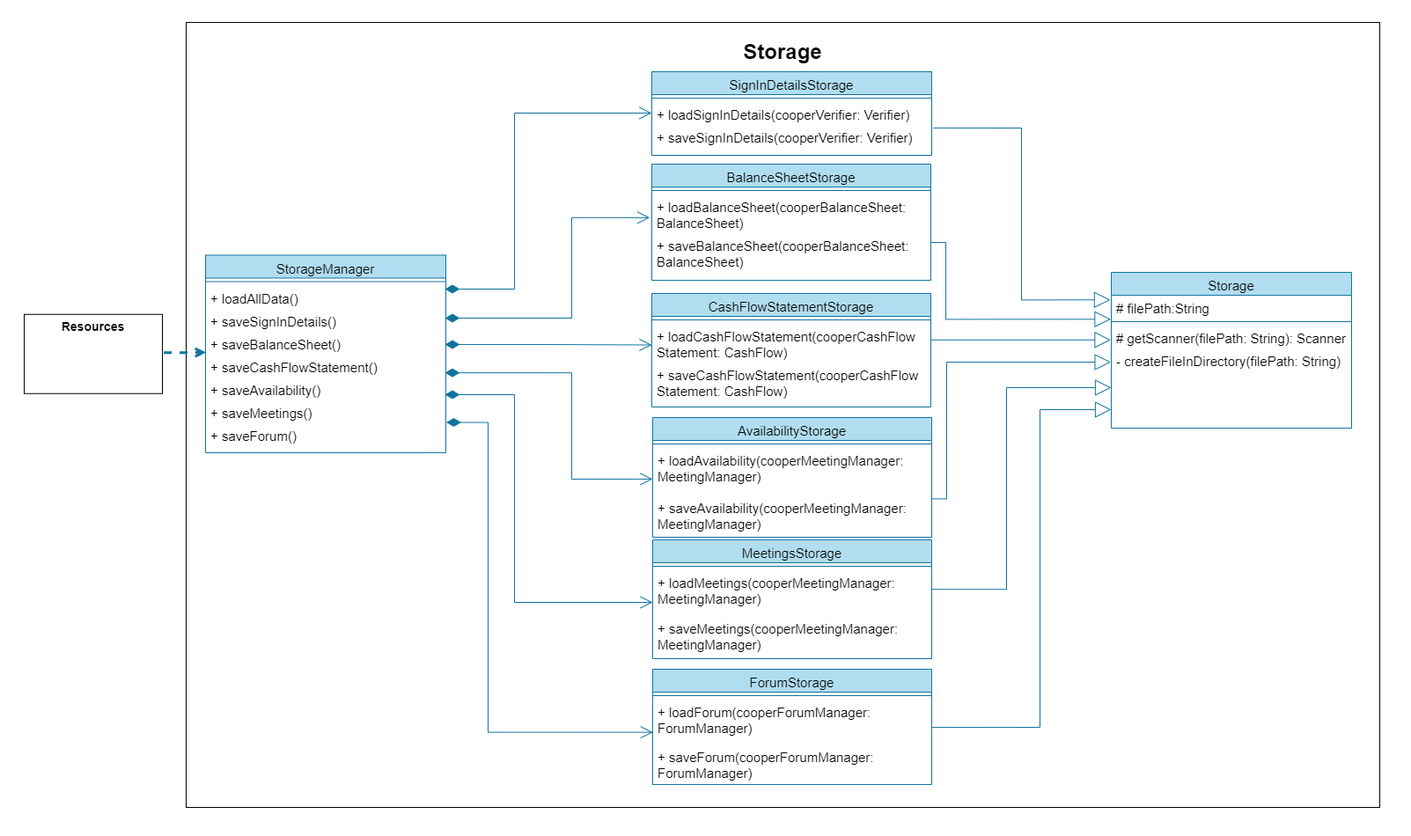
theeugenechong/tp keeps this draw.io diagram as docs/developerGuideDiagrams/storageComponent.png. Above is the earlier version. Source tidied: cells renumbered, new cells last; positions are measured from the earlier drawing's top-left corner, leaving out a move shared by most shapes.
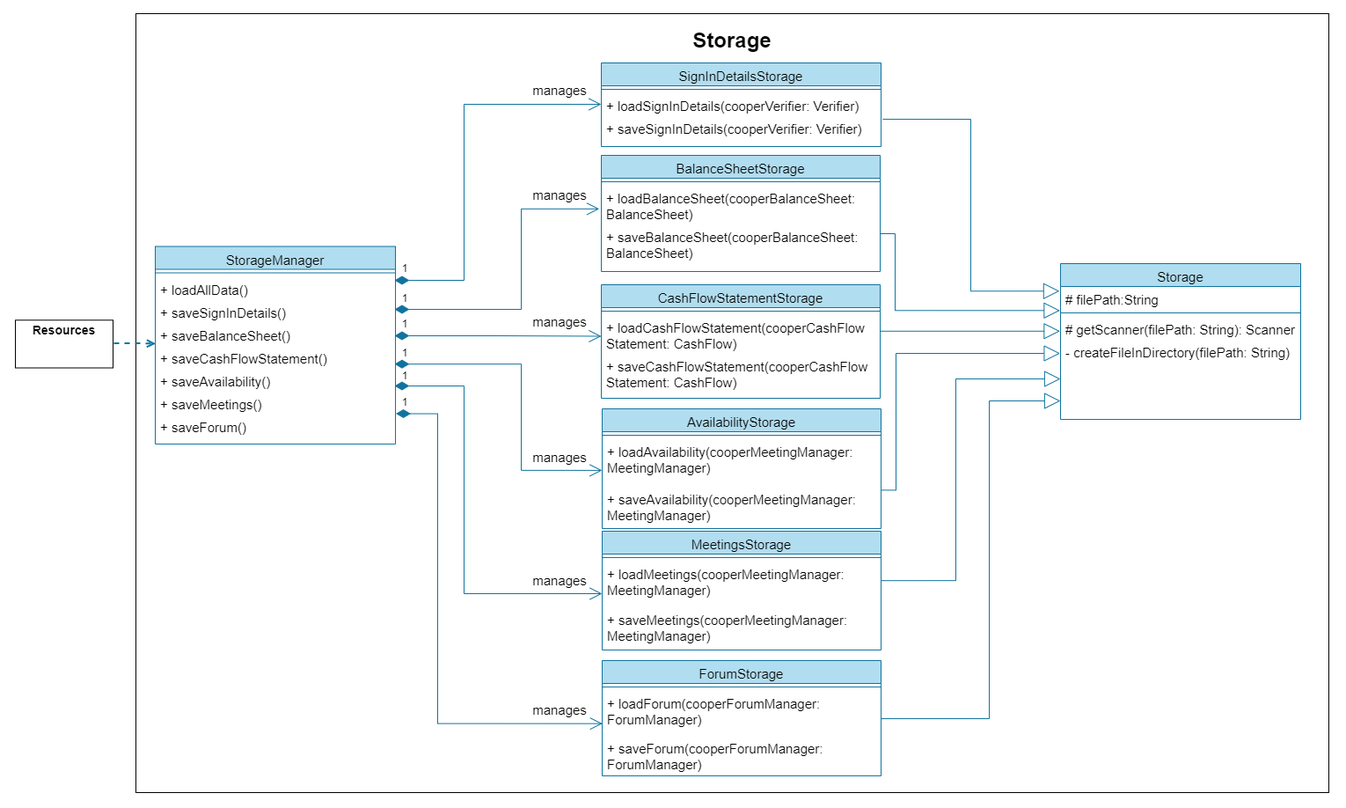
The same file after the commit.

The edit, as a diff of the source:
```diff
@@ -3,10 +3,10 @@
     <mxCell id="0" />
     <mxCell id="1" parent="0" />
     <mxCell id="2" style="rounded=0;whiteSpace=wrap;html=1;strokeColor=#FFFFFF;" parent="1" vertex="1">
-      <mxGeometry width="1602" height="949" as="geometry" />
+      <mxGeometry x="57" y="10" width="1529" height="917" as="geometry" />
     </mxCell>
     <mxCell id="3" value="&lt;b&gt;&lt;span style=&quot;font-size: 24px&quot;&gt;Storage&lt;/span&gt;&lt;br&gt;&lt;br&gt;&lt;br&gt;&lt;br&gt;&lt;br&gt;&lt;br&gt;&lt;br&gt;&lt;br&gt;&lt;br&gt;&lt;br&gt;&lt;br&gt;&lt;br&gt;&lt;br&gt;&lt;br&gt;&lt;br&gt;&lt;br&gt;&lt;br&gt;&lt;br&gt;&lt;br&gt;&lt;br&gt;&lt;br&gt;&lt;br&gt;&lt;br&gt;&lt;br&gt;&lt;br&gt;&lt;br&gt;&lt;br&gt;&lt;br&gt;&lt;br&gt;&lt;br&gt;&lt;br&gt;&lt;br&gt;&lt;br&gt;&lt;br&gt;&lt;br&gt;&lt;br&gt;&lt;br&gt;&lt;br&gt;&lt;br&gt;&lt;br&gt;&lt;br&gt;&lt;br&gt;&lt;br&gt;&lt;br&gt;&lt;br&gt;&lt;br&gt;&lt;br&gt;&lt;br&gt;&lt;br&gt;&lt;br&gt;&lt;br&gt;&lt;br&gt;&lt;br&gt;&lt;br&gt;&lt;br&gt;&lt;br&gt;&lt;br&gt;&lt;br&gt;&lt;br&gt;&lt;br&gt;&lt;/b&gt;" style="rounded=0;whiteSpace=wrap;html=1;" parent="1" vertex="1">
-      <mxGeometry x="211" y="25" width="1356" height="892" as="geometry" />
+      <mxGeometry x="211" y="25" width="1356" height="885" as="geometry" />
     </mxCell>
     <mxCell id="4" value="StorageManager" style="swimlane;fontStyle=0;align=center;verticalAlign=top;horizontal=1;startSize=26;rounded=0;shadow=0;strokeWidth=1;fillColor=#b1ddf0;strokeColor=#10739e;fontSize=15;" parent="1" vertex="1">
       <mxGeometry x="233" y="289.5" width="273" height="224.5" as="geometry" />
@@ -216,11 +216,47 @@
         </Array>
       </mxGeometry>
     </mxCell>
-    <mxCell id="54" value="&lt;font style=&quot;font-size: 14px;&quot;&gt;&lt;span style=&quot;font-size: 14px;&quot;&gt;&lt;b style=&quot;font-size: 14px;&quot;&gt;Resources&lt;/b&gt;&lt;/span&gt;&lt;br style=&quot;font-size: 14px;&quot;&gt;&lt;br style=&quot;font-size: 14px;&quot;&gt;&lt;br style=&quot;font-size: 14px;&quot;&gt;&lt;br style=&quot;font-size: 14px;&quot;&gt;&lt;br style=&quot;font-size: 14px;&quot;&gt;&lt;/font&gt;" style="rounded=0;whiteSpace=wrap;html=1;fontSize=14;" parent="1" vertex="1">
-      <mxGeometry x="27" y="356.8" width="157" height="90" as="geometry" />
+    <mxCell id="54" value="&lt;font style=&quot;font-size: 14px&quot;&gt;&lt;span style=&quot;font-size: 14px&quot;&gt;&lt;b style=&quot;font-size: 14px&quot;&gt;Resources&lt;/b&gt;&lt;/span&gt;&lt;br style=&quot;font-size: 14px&quot;&gt;&lt;br style=&quot;font-size: 14px&quot;&gt;&lt;br style=&quot;font-size: 14px&quot;&gt;&lt;/font&gt;" style="rounded=0;whiteSpace=wrap;html=1;fontSize=14;" parent="1" vertex="1">
+      <mxGeometry x="74" y="373.2" width="111" height="54.2" as="geometry" />
     </mxCell>
-    <mxCell id="55" style="edgeStyle=orthogonalEdgeStyle;rounded=0;jettySize=auto;html=1;exitX=1.009;exitY=0.482;exitDx=0;exitDy=0;entryX=0.002;entryY=-0.058;entryDx=0;entryDy=0;dashed=1;fontSize=15;startArrow=none;startFill=0;strokeWidth=3;endArrow=open;endFill=0;exitPerimeter=0;entryPerimeter=0;fillColor=#b1ddf0;strokeColor=#10739e;" parent="1" edge="1" source="54" target="9">
+    <mxCell id="55" style="edgeStyle=orthogonalEdgeStyle;rounded=0;jettySize=auto;html=1;exitX=1.009;exitY=0.482;exitDx=0;exitDy=0;entryX=0.002;entryY=-0.058;entryDx=0;entryDy=0;dashed=1;fontSize=15;startArrow=none;startFill=0;strokeWidth=2;endArrow=open;endFill=0;exitPerimeter=0;entryPerimeter=0;fillColor=#b1ddf0;strokeColor=#10739e;" parent="1" edge="1" source="54" target="9">
       <mxGeometry relative="1" as="geometry" />
     </mxCell>
+    <mxCell id="56" value="&lt;font style=&quot;font-size: 15px&quot;&gt;manages&lt;/font&gt;" style="text;html=1;strokeColor=none;fillColor=none;align=center;verticalAlign=middle;whiteSpace=wrap;rounded=0;" parent="1" vertex="1">
+      <mxGeometry x="663" y="97" width="60" height="30" as="geometry" />
+    </mxCell>
+    <mxCell id="57" value="&lt;font style=&quot;font-size: 15px&quot;&gt;manages&lt;/font&gt;" style="text;html=1;strokeColor=none;fillColor=none;align=center;verticalAlign=middle;whiteSpace=wrap;rounded=0;" parent="1" vertex="1">
+      <mxGeometry x="663" y="216" width="60" height="30" as="geometry" />
+    </mxCell>
+    <mxCell id="58" value="&lt;font style=&quot;font-size: 15px&quot;&gt;manages&lt;/font&gt;" style="text;html=1;strokeColor=none;fillColor=none;align=center;verticalAlign=middle;whiteSpace=wrap;rounded=0;" parent="1" vertex="1">
+      <mxGeometry x="663" y="360" width="60" height="30" as="geometry" />
+    </mxCell>
+    <mxCell id="59" value="&lt;font style=&quot;font-size: 15px&quot;&gt;manages&lt;/font&gt;" style="text;html=1;strokeColor=none;fillColor=none;align=center;verticalAlign=middle;whiteSpace=wrap;rounded=0;" parent="1" vertex="1">
+      <mxGeometry x="663" y="514" width="60" height="30" as="geometry" />
+    </mxCell>
+    <mxCell id="60" value="&lt;font style=&quot;font-size: 15px&quot;&gt;manages&lt;/font&gt;" style="text;html=1;strokeColor=none;fillColor=none;align=center;verticalAlign=middle;whiteSpace=wrap;rounded=0;" parent="1" vertex="1">
+      <mxGeometry x="663" y="654" width="60" height="30" as="geometry" />
+    </mxCell>
+    <mxCell id="61" value="&lt;font style=&quot;font-size: 15px&quot;&gt;manages&lt;/font&gt;" style="text;html=1;strokeColor=none;fillColor=none;align=center;verticalAlign=middle;whiteSpace=wrap;rounded=0;" parent="1" vertex="1">
+      <mxGeometry x="663" y="801" width="60" height="30" as="geometry" />
+    </mxCell>
+    <mxCell id="62" value="1" style="text;html=1;strokeColor=none;fillColor=none;align=center;verticalAlign=middle;whiteSpace=wrap;rounded=0;" parent="1" vertex="1">
+      <mxGeometry x="506" y="299" width="22" height="30" as="geometry" />
+    </mxCell>
+    <mxCell id="63" value="1" style="text;html=1;strokeColor=none;fillColor=none;align=center;verticalAlign=middle;whiteSpace=wrap;rounded=0;" parent="1" vertex="1">
+      <mxGeometry x="506" y="333" width="22" height="30" as="geometry" />
+    </mxCell>
+    <mxCell id="64" value="1" style="text;html=1;strokeColor=none;fillColor=none;align=center;verticalAlign=middle;whiteSpace=wrap;rounded=0;" parent="1" vertex="1">
+      <mxGeometry x="506" y="362" width="22" height="30" as="geometry" />
+    </mxCell>
+    <mxCell id="65" value="1" style="text;html=1;strokeColor=none;fillColor=none;align=center;verticalAlign=middle;whiteSpace=wrap;rounded=0;" parent="1" vertex="1">
+      <mxGeometry x="506" y="395" width="22" height="30" as="geometry" />
+    </mxCell>
+    <mxCell id="66" value="1" style="text;html=1;strokeColor=none;fillColor=none;align=center;verticalAlign=middle;whiteSpace=wrap;rounded=0;" parent="1" vertex="1">
+      <mxGeometry x="506" y="421" width="22" height="30" as="geometry" />
+    </mxCell>
+    <mxCell id="67" value="1" style="text;html=1;strokeColor=none;fillColor=none;align=center;verticalAlign=middle;whiteSpace=wrap;rounded=0;" parent="1" vertex="1">
+      <mxGeometry x="506" y="451" width="22" height="30" as="geometry" />
+    </mxCell>
   </root>
 </mxGraphModel>
```
